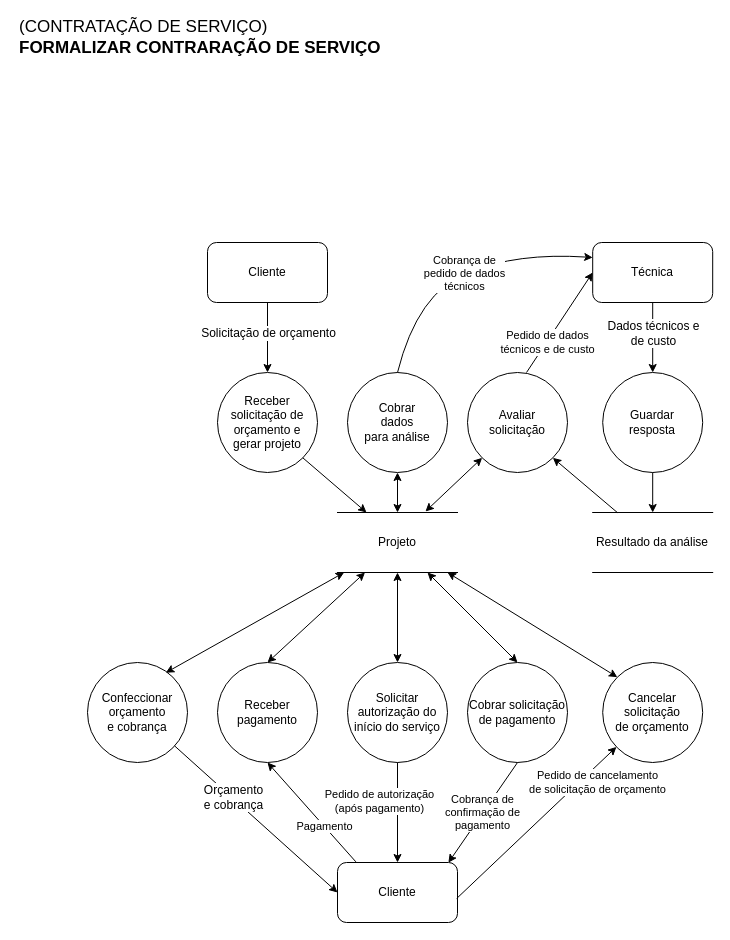
The draw.io diagram page "Orçamento" (1 of 11) of 16. DFD Essencial para cada capacidade.drawio in somosafsociety/Eng-Soft-EC2A, before the edit. Source tidied: cells renumbered, new cells numbered last; positions are measured from the earlier drawing's top-left corner, leaving out a move shared by most shapes. Both pictures are drawn from the tidied source at 100%, with x=0, y=0 at pixel (17, 22).
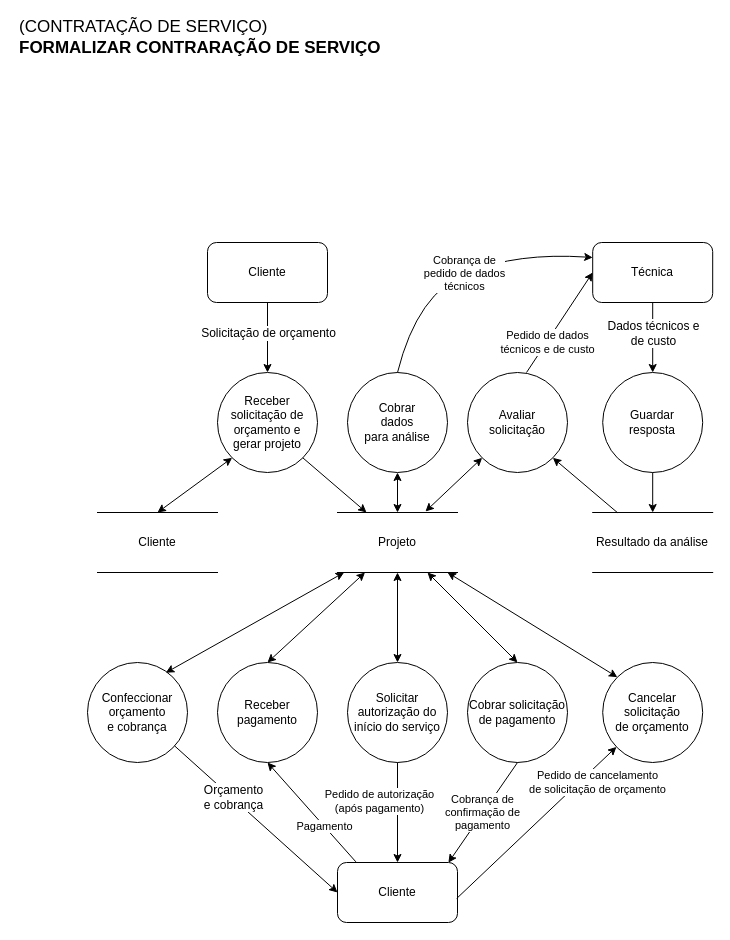
After the change.

The change refers to these unchanged cells:
```xml
<mxCell id="2" value="Receber solicitação de orçamento e gerar projeto" style="ellipse;whiteSpace=wrap;html=1;" parent="1" vertex="1">
  <mxGeometry x="200" y="350" width="100" height="100" as="geometry" />
</mxCell>
```

Diff of the diagram source:
```diff
@@
+    <mxCell id="39" value="Cliente" style="shape=partialRectangle;whiteSpace=wrap;html=1;left=0;right=0;fillColor=none;" parent="1" vertex="1">
+      <mxGeometry x="80" y="490" width="120" height="60" as="geometry" />
+    </mxCell>
+    <mxCell id="40" style="endArrow=classic;startArrow=classic;html=1;exitX=0.5;exitY=0;exitDx=0;exitDy=0;entryX=0;entryY=1;entryDx=0;entryDy=0;" parent="1" edge="1" source="39" target="2">
+      <mxGeometry relative="1" as="geometry" />
+    </mxCell>
```
